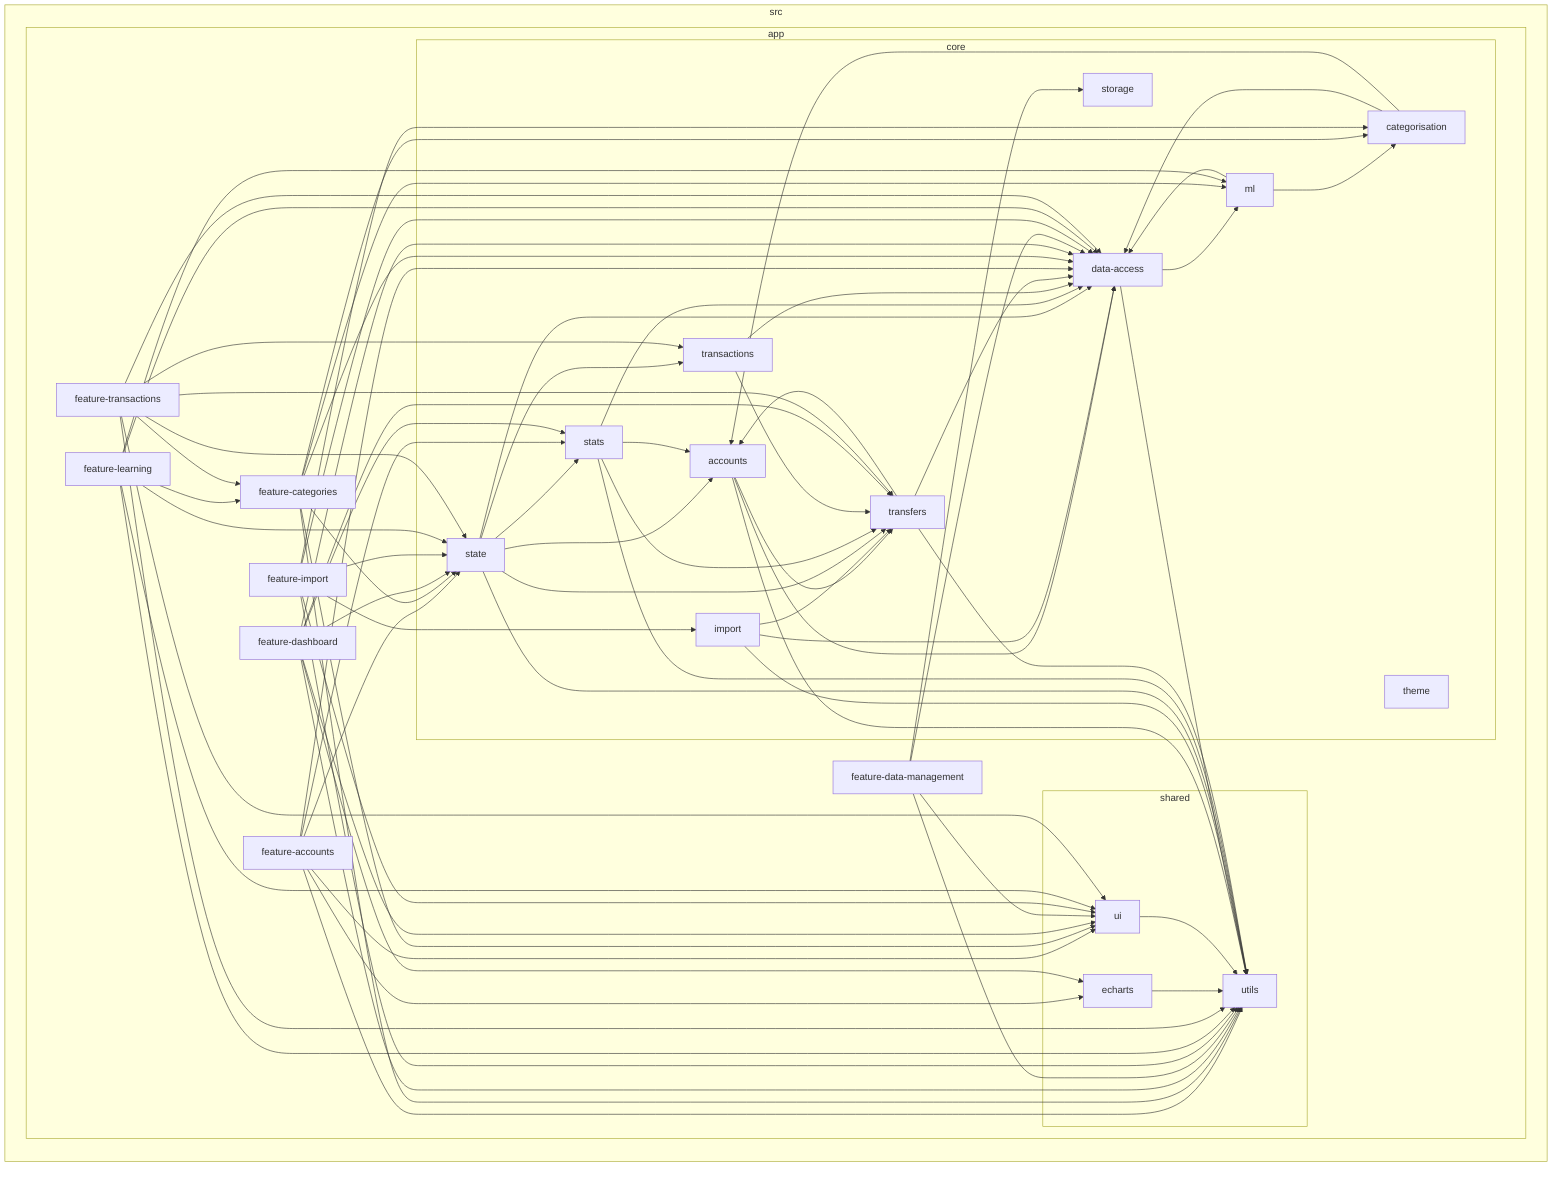
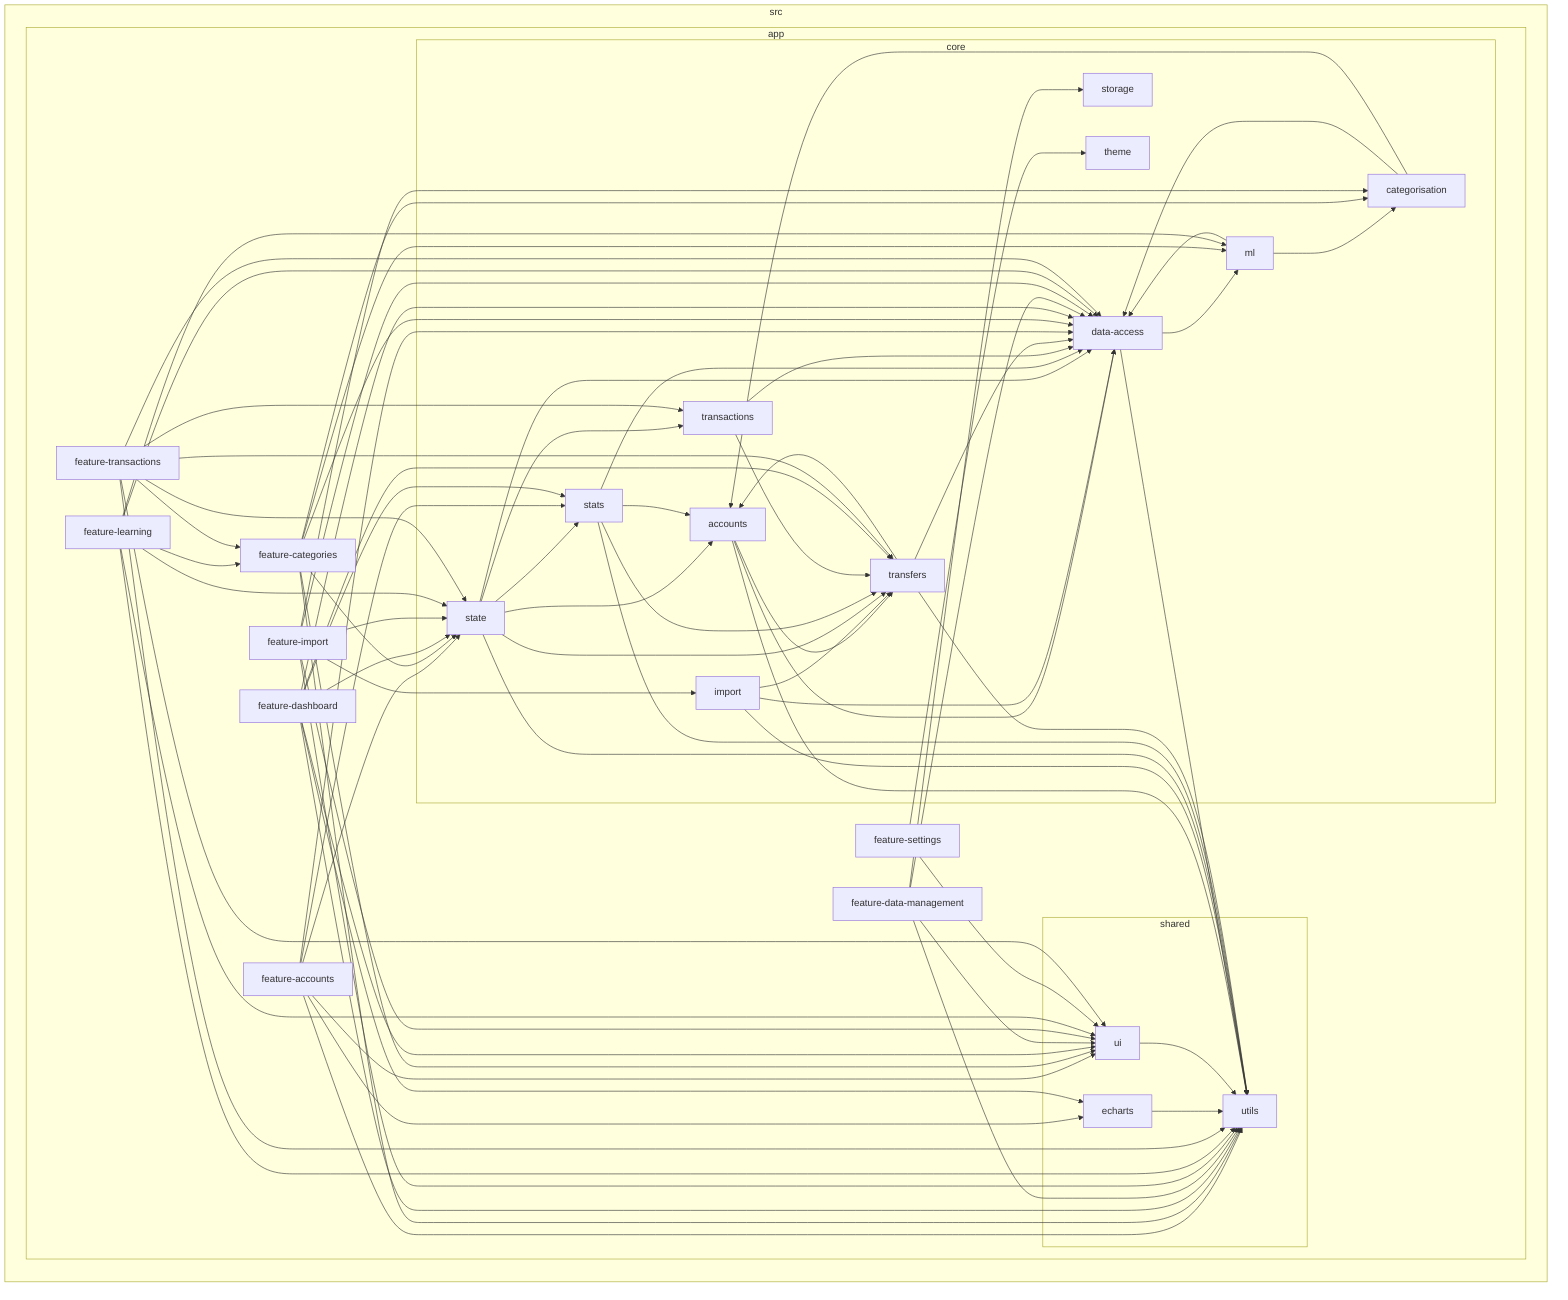
flowchart LR

subgraph 0["src"]
subgraph 1["app"]
subgraph 2["core"]
3["accounts"]
4["categorisation"]
5["data-access"]
6["import"]
7["ml"]
8["state"]
9["stats"]
A["storage"]
B["theme"]
C["transactions"]
D["transfers"]
end
E["feature-accounts"]
F["feature-categories"]
G["feature-dashboard"]
H["feature-data-management"]
I["feature-import"]
J["feature-learning"]
- K["feature-transactions"]
- subgraph L["shared"]
- M["echarts"]
- N["ui"]
- O["utils"]
+ K["feature-settings"]
+ L["feature-transactions"]
+ subgraph M["shared"]
+ N["echarts"]
+ O["ui"]
+ P["utils"]
end
end
end
3-->5
3-->D
- 3-->O
+ 3-->P
4-->5
4-->3
5-->7
- 5-->O
+ 5-->P
6-->5
- 6-->O
+ 6-->P
6-->D
7-->4
7-->5
8-->3
8-->5
8-->9
8-->D
- 8-->O
+ 8-->P
8-->C
9-->5
- 9-->O
+ 9-->P
9-->3
9-->D
C-->5
C-->D
D-->5
D-->3
- D-->O
+ D-->P
E-->5
- E-->M
+ E-->N
E-->8
- E-->N
E-->O
+ E-->P
E-->9
F-->5
F-->8
- F-->N
F-->O
+ F-->P
F-->4
F-->7
G-->5
G-->8
- G-->N
G-->O
+ G-->P
G-->D
G-->9
- G-->M
+ G-->N
H-->5
H-->A
- H-->N
H-->O
+ H-->P
I-->5
I-->6
- I-->N
I-->O
+ I-->P
I-->8
I-->4
- J-->N
+ J-->O
J-->7
J-->8
J-->F
J-->5
- J-->O
- K-->5
- K-->8
- K-->C
- K-->N
+ J-->P
+ K-->B
K-->O
- K-->F
- K-->D
- M-->O
- N-->O
+ L-->5
+ L-->8
+ L-->C
+ L-->O
+ L-->P
+ L-->F
+ L-->D
+ N-->P
+ O-->P
